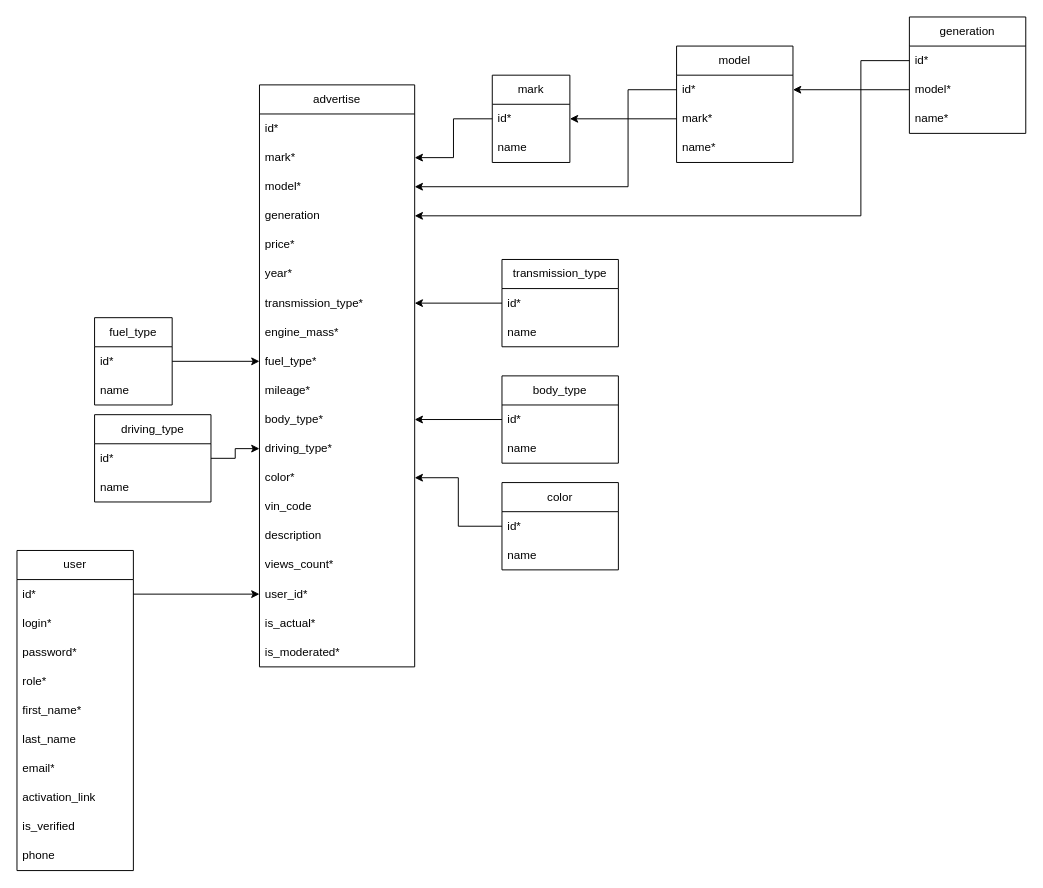
Before: diagrams/ClassDiagram.drawio in RuslanShitik/cars-marketplace, a draw.io diagram. Source tidied: cells renumbered, new cells numbered last; positions are measured from the earlier drawing's top-left corner, leaving out a move shared by most shapes. Both pictures are drawn from the tidied source at 97%, with x=0, y=0 at pixel (16, 16).
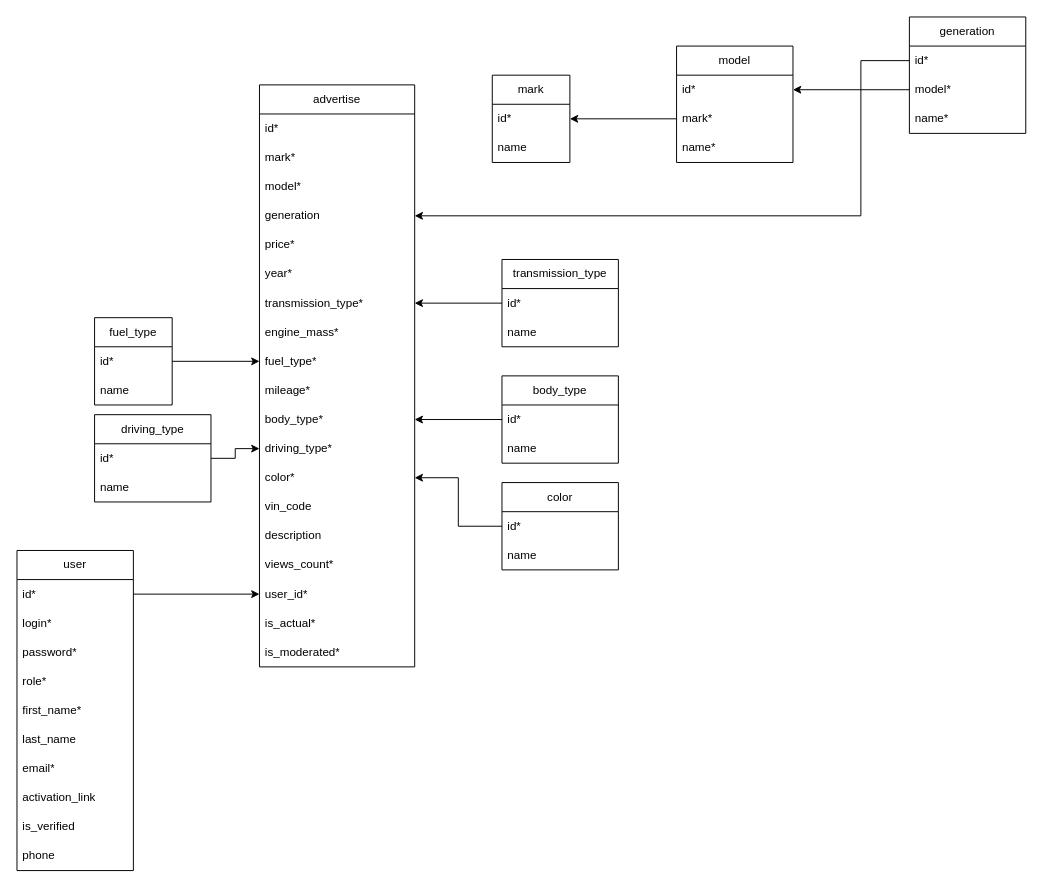
Above is the later version.

Unchanged cells that the change refers to:
```xml
<mxCell id="15" value="mark*" style="text;strokeColor=none;fillColor=none;align=left;verticalAlign=middle;spacingLeft=4;spacingRight=4;overflow=hidden;points=[[0,0.5],[1,0.5]];portConstraint=eastwest;whiteSpace=wrap;html=1;" parent="13" vertex="1">
  <mxGeometry y="60" width="160" height="30" as="geometry" />
</mxCell>
<mxCell id="16" value="model*" style="text;strokeColor=none;fillColor=none;align=left;verticalAlign=middle;spacingLeft=4;spacingRight=4;overflow=hidden;points=[[0,0.5],[1,0.5]];portConstraint=eastwest;whiteSpace=wrap;html=1;" parent="13" vertex="1">
  <mxGeometry y="90" width="160" height="30" as="geometry" />
</mxCell>
<mxCell id="34" value="id*" style="text;strokeColor=none;fillColor=none;align=left;verticalAlign=middle;spacingLeft=4;spacingRight=4;overflow=hidden;points=[[0,0.5],[1,0.5]];portConstraint=eastwest;whiteSpace=wrap;html=1;" parent="33" vertex="1">
  <mxGeometry y="30" width="80" height="30" as="geometry" />
</mxCell>
<mxCell id="37" value="id*" style="text;strokeColor=none;fillColor=none;align=left;verticalAlign=middle;spacingLeft=4;spacingRight=4;overflow=hidden;points=[[0,0.5],[1,0.5]];portConstraint=eastwest;whiteSpace=wrap;html=1;" parent="36" vertex="1">
  <mxGeometry y="30" width="120" height="30" as="geometry" />
</mxCell>
```

Diff of the diagram source:
```diff
@@
-    <mxCell id="45" style="edgeStyle=orthogonalEdgeStyle;rounded=0;jettySize=auto;html=1;exitX=0;exitY=0.5;exitDx=0;exitDy=0;entryX=1;entryY=0.5;entryDx=0;entryDy=0;" parent="1" edge="1" source="34" target="15">
-      <mxGeometry relative="1" as="geometry" />
-    </mxCell>
-    <mxCell id="46" style="edgeStyle=orthogonalEdgeStyle;rounded=0;jettySize=auto;html=1;exitX=0;exitY=0.5;exitDx=0;exitDy=0;entryX=1;entryY=0.5;entryDx=0;entryDy=0;" parent="1" edge="1" source="37" target="16">
-      <mxGeometry relative="1" as="geometry">
-        <Array as="points">
-          <mxPoint x="630" y="75" />
-          <mxPoint x="630" y="175" />
-        </Array>
-      </mxGeometry>
-    </mxCell>
```
